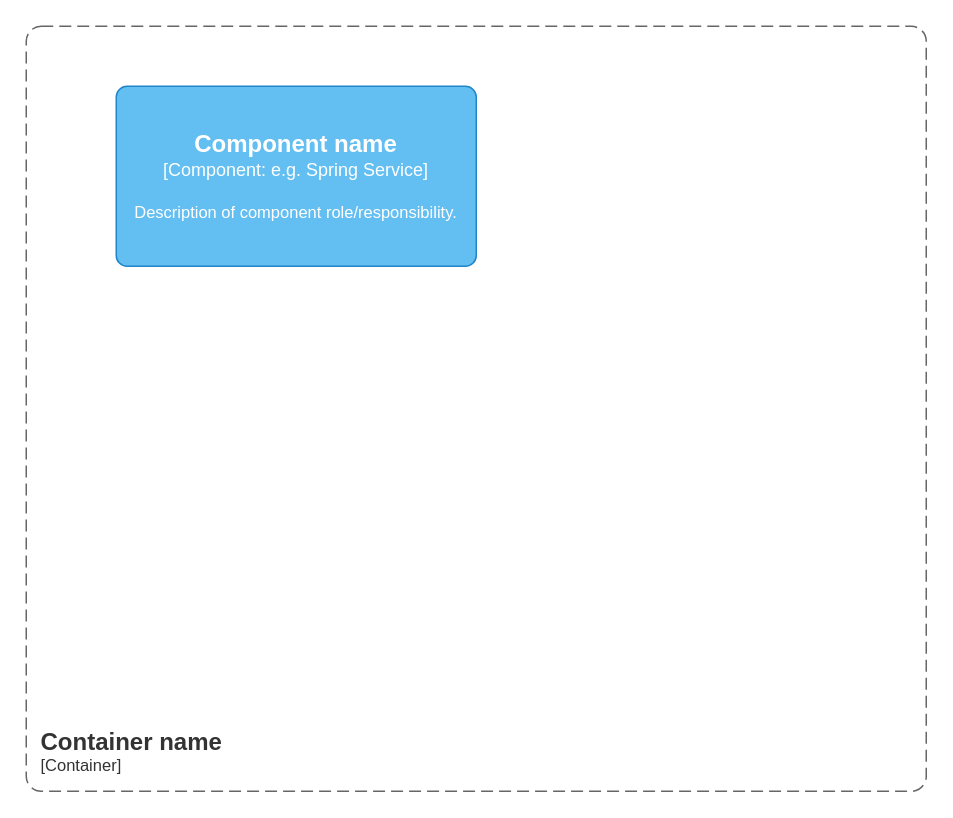
Above: universal-engine/统一数据上报.drawio in karlchan-cn/drawio-repository (draw.io), before the change. Source tidied: cells renumbered, new cells numbered last; positions are measured from the earlier drawing's top-left corner, leaving out a move shared by most shapes. Both pictures are drawn from the tidied source at 150%, with x=0, y=0 at pixel (26, 26).
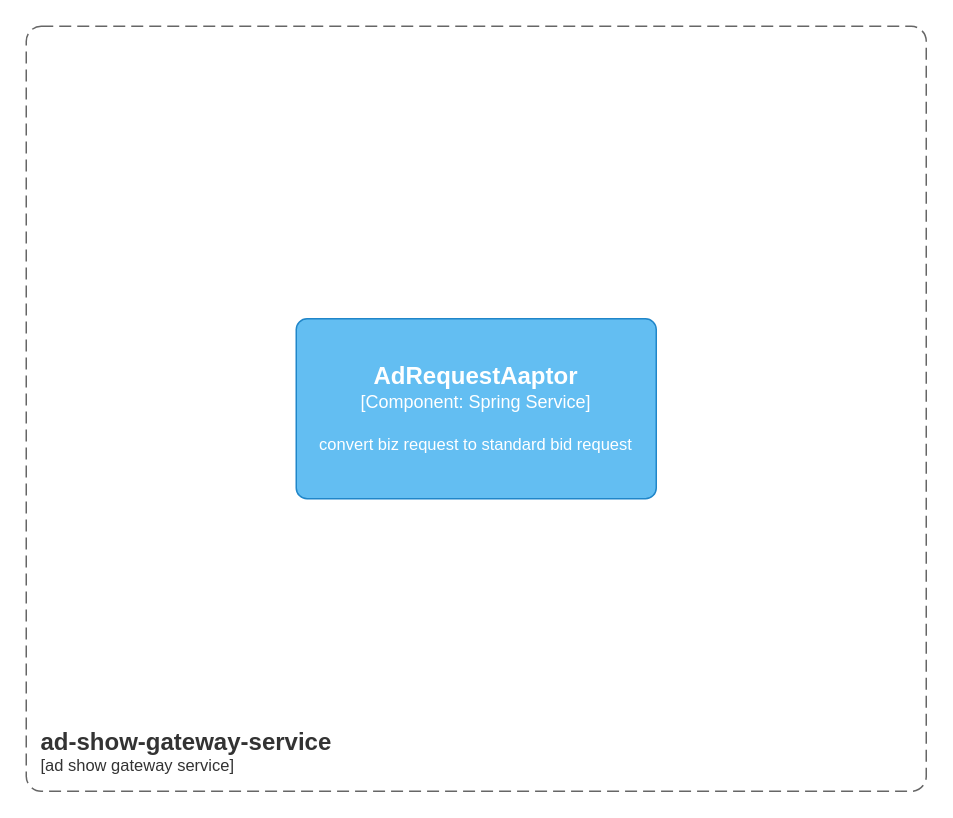
Above is the later version.

Commit message (it also covers changes not shown here):
Update 统一数据上报.drawio

Change to the diagram source:
```diff
@@
 <mxGraphModel>
   <root>
     <mxCell id="0" />
     <mxCell id="1" parent="0" />
-    <object id="2" label="&lt;font style=&quot;font-size: 16px&quot;&gt;&lt;b&gt;&lt;div style=&quot;text-align: left&quot;&gt;%c4Name%&lt;/div&gt;&lt;/b&gt;&lt;/font&gt;&lt;div style=&quot;text-align: left&quot;&gt;[%c4Application%]&lt;/div&gt;" c4Application="Container" c4Name="Container name" placeholders="1">
+    <object id="2" label="&lt;font style=&quot;font-size: 16px&quot;&gt;&lt;b&gt;&lt;div style=&quot;text-align: left&quot;&gt;%c4Name%&lt;/div&gt;&lt;/b&gt;&lt;/font&gt;&lt;div style=&quot;text-align: left&quot;&gt;[%c4Application%]&lt;/div&gt;" c4Application="ad show gateway service" c4Name="ad-show-gateway-service" placeholders="1">
       <mxCell style="rounded=1;fontSize=11;whiteSpace=wrap;html=1;dashed=1;arcSize=20;fillColor=none;strokeColor=#666666;fontColor=#333333;labelBackgroundColor=none;align=left;verticalAlign=bottom;labelBorderColor=none;spacingTop=0;spacing=10;dashPattern=8 4;perimeter=rectanglePerimeter;noLabel=0;labelPadding=0;absoluteArcSize=1;" parent="1" vertex="1">
         <mxGeometry width="600" height="510" as="geometry" />
       </mxCell>
     </object>
-    <object id="3" label="&lt;font style=&quot;font-size: 16px&quot;&gt;&lt;b&gt;%c4Name%&lt;/b&gt;&lt;/font&gt;&lt;div&gt;[%c4Type%: %c4Technology%]&lt;/div&gt;&lt;br&gt;&lt;div&gt;&lt;font style=&quot;font-size: 11px&quot;&gt;%c4Description%&lt;/font&gt;&lt;/div&gt;" c4Description="Description of component role/responsibility." c4Name="Component name" c4Technology="e.g. Spring Service" c4Type="Component" placeholders="1">
+    <object id="3" label="&lt;font style=&quot;font-size: 16px&quot;&gt;&lt;b&gt;%c4Name%&lt;/b&gt;&lt;/font&gt;&lt;div&gt;[%c4Type%: %c4Technology%]&lt;/div&gt;&lt;br&gt;&lt;div&gt;&lt;font style=&quot;font-size: 11px&quot;&gt;%c4Description%&lt;/font&gt;&lt;/div&gt;" c4Description="convert biz request to standard bid request" c4Name="AdRequestAaptor" c4Technology="Spring Service" c4Type="Component" placeholders="1">
       <mxCell style="rounded=1;whiteSpace=wrap;html=1;labelBackgroundColor=none;fillColor=#63BEF2;fontColor=#ffffff;align=center;arcSize=6;strokeColor=#2086C9;" parent="1" vertex="1">
-        <mxGeometry x="60" y="40" width="240" height="120" as="geometry" />
+        <mxGeometry x="180" y="195" width="240" height="120" as="geometry" />
       </mxCell>
     </object>
   </root>
 </mxGraphModel>
```
